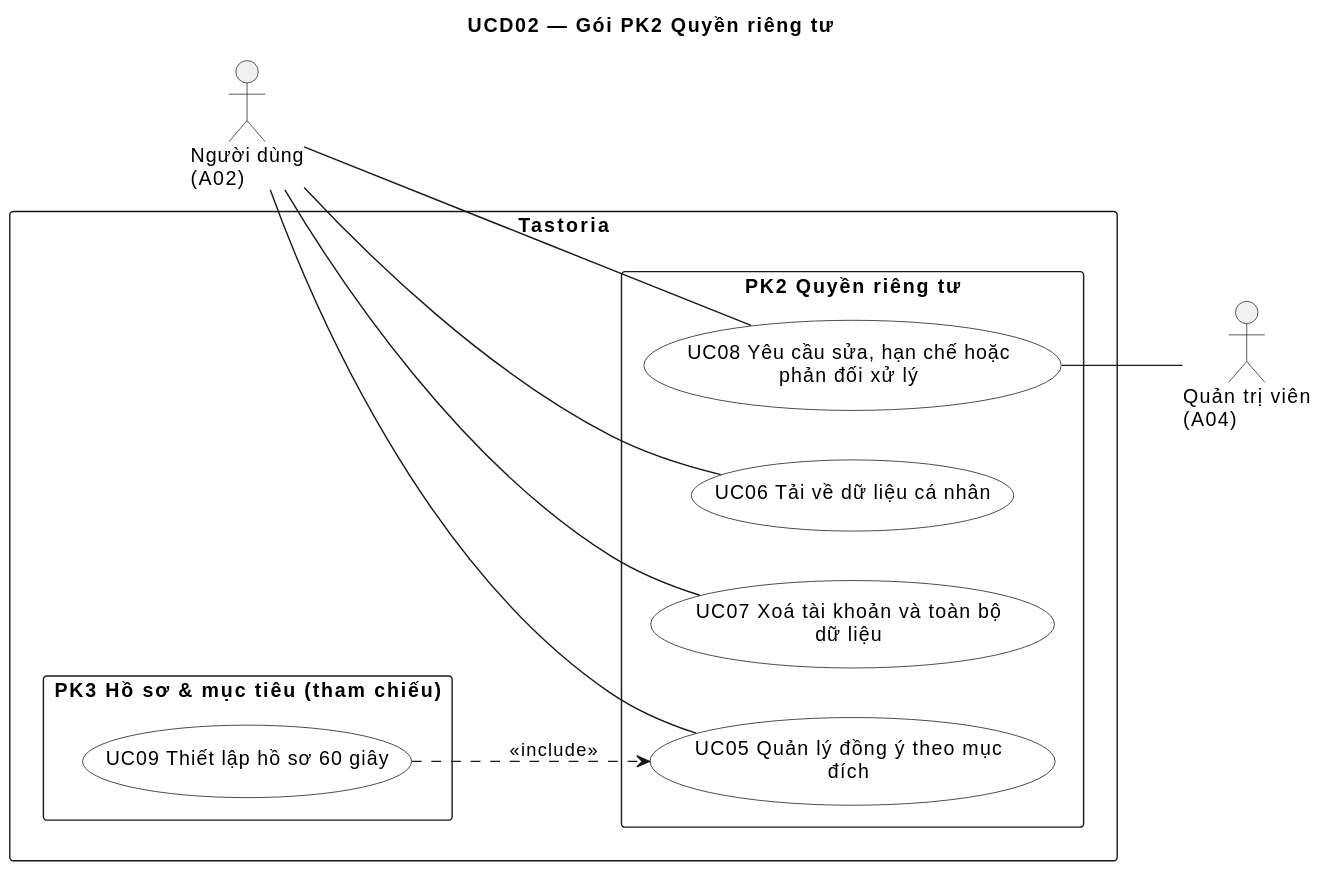
Above: docs/uml/out/usecase/UCD02-quyen-rieng-tu.svg in NamBuw/Tastoria (PlantUML), before the change. Its diagram source:
```plantuml
@startuml
title UCD02 — Gói PK2 Quyền riêng tư
left to right direction
skinparam packageStyle rectangle
skinparam actorStyle stick
skinparam usecase {
  BackgroundColor White
  BorderColor Black
}

actor "Người dùng\n(A02)" as A02
actor "Quản trị viên\n(A04)" as A04

rectangle "Tastoria" {
  package "PK2 Quyền riêng tư" as PK2 {
    usecase "UC05 Quản lý đồng ý theo mục\nđích" as UC05
    usecase "UC06 Tải về dữ liệu cá nhân" as UC06
    usecase "UC07 Xoá tài khoản và toàn bộ\ndữ liệu" as UC07
    usecase "UC08 Yêu cầu sửa, hạn chế hoặc\nphản đối xử lý" as UC08
  }
  package "PK3 Hồ sơ & mục tiêu (tham chiếu)" as PK3 {
    usecase "UC09 Thiết lập hồ sơ 60 giây" as UC09
  }
}

A02 -- UC05
A02 -- UC06
A02 -- UC07
A02 -- UC08
UC08 -- A04

UC09 ..> UC05 : <<include>>
@enduml
```
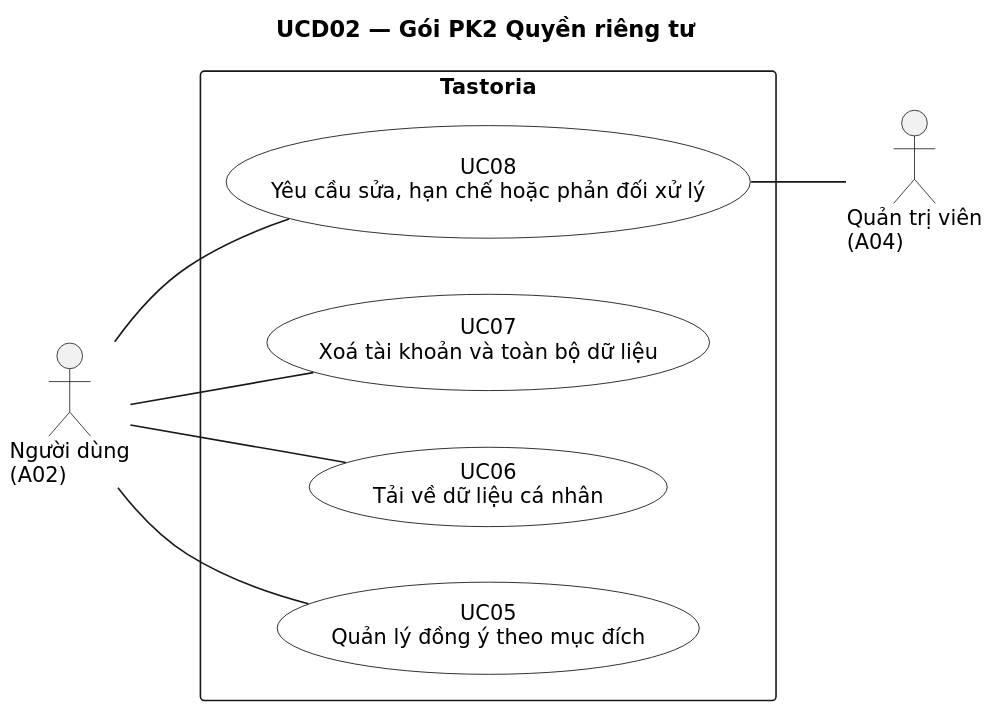
Above is the later version.

The edit, as a diff of the source:
```diff
@@ -1,5 +1,10 @@
 @startuml
 title UCD02 — Gói PK2 Quyền riêng tư
+skinparam shadowing false
+skinparam defaultFontName DejaVu Sans
+skinparam defaultFontSize 13
+skinparam dpi 110
+
 left to right direction
 skinparam packageStyle rectangle
 skinparam actorStyle stick
@@ -9,25 +14,17 @@
 }
 
 actor "Người dùng\n(A02)" as A02
+rectangle "Tastoria" {
+  usecase "UC05\nQuản lý đồng ý theo mục đích" as UC05
+  usecase "UC06\nTải về dữ liệu cá nhân" as UC06
+  usecase "UC07\nXoá tài khoản và toàn bộ dữ liệu" as UC07
+  usecase "UC08\nYêu cầu sửa, hạn chế hoặc phản đối xử lý" as UC08
+}
 actor "Quản trị viên\n(A04)" as A04
-
-rectangle "Tastoria" {
-  package "PK2 Quyền riêng tư" as PK2 {
-    usecase "UC05 Quản lý đồng ý theo mục\nđích" as UC05
-    usecase "UC06 Tải về dữ liệu cá nhân" as UC06
-    usecase "UC07 Xoá tài khoản và toàn bộ\ndữ liệu" as UC07
-    usecase "UC08 Yêu cầu sửa, hạn chế hoặc\nphản đối xử lý" as UC08
-  }
-  package "PK3 Hồ sơ & mục tiêu (tham chiếu)" as PK3 {
-    usecase "UC09 Thiết lập hồ sơ 60 giây" as UC09
-  }
-}
 
 A02 -- UC05
 A02 -- UC06
 A02 -- UC07
 A02 -- UC08
 UC08 -- A04
-
-UC09 ..> UC05 : <<include>>
 @enduml
```
